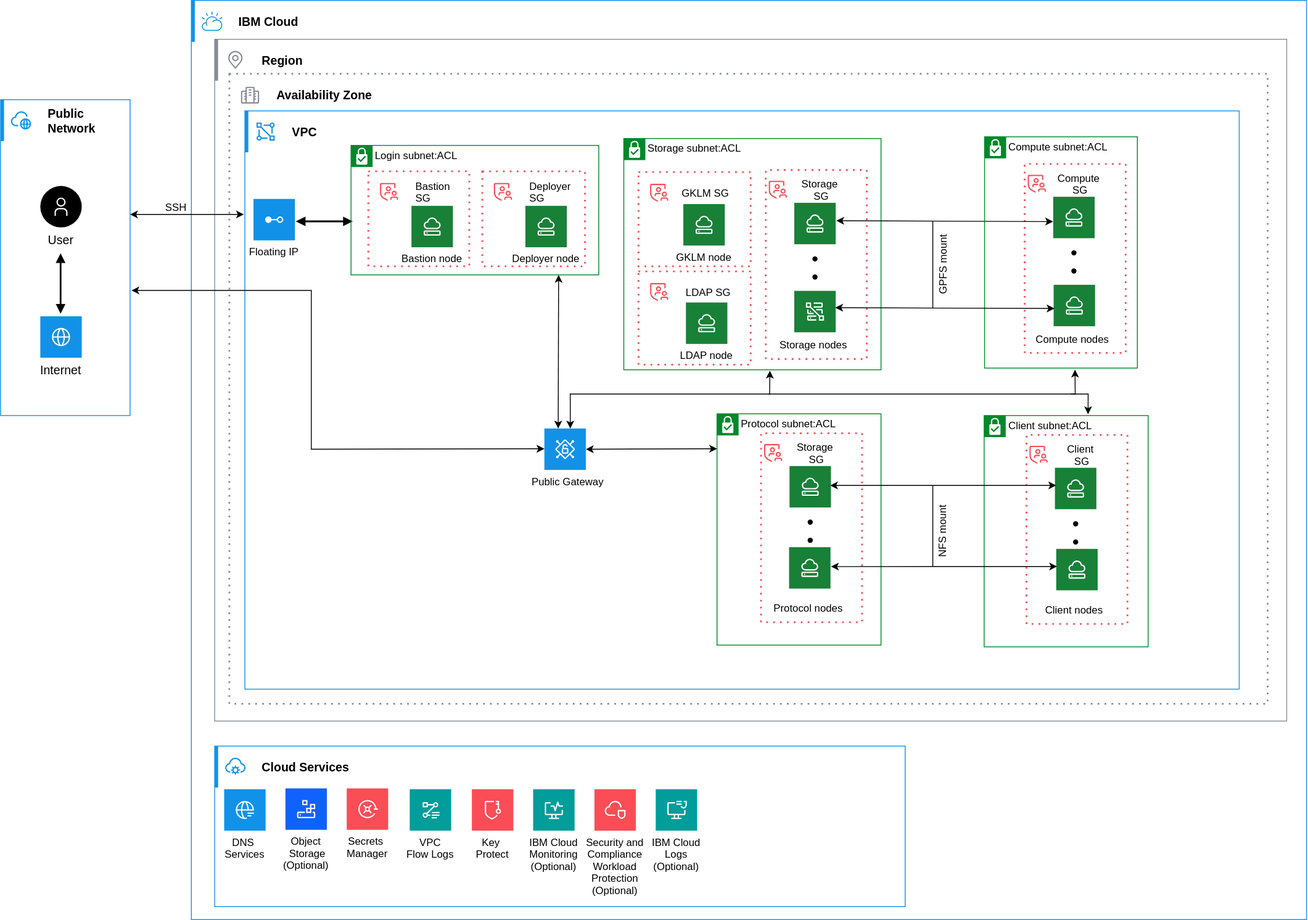
This is images/scale-arch-diagram-da.svg from ibm-cloud-docs/storage-scale-da, a draw.io export, as it was before one commit. Source tidied: cells renumbered, new cells last; positions are measured from the earlier drawing's top-left corner, leaving out a move shared by most shapes.
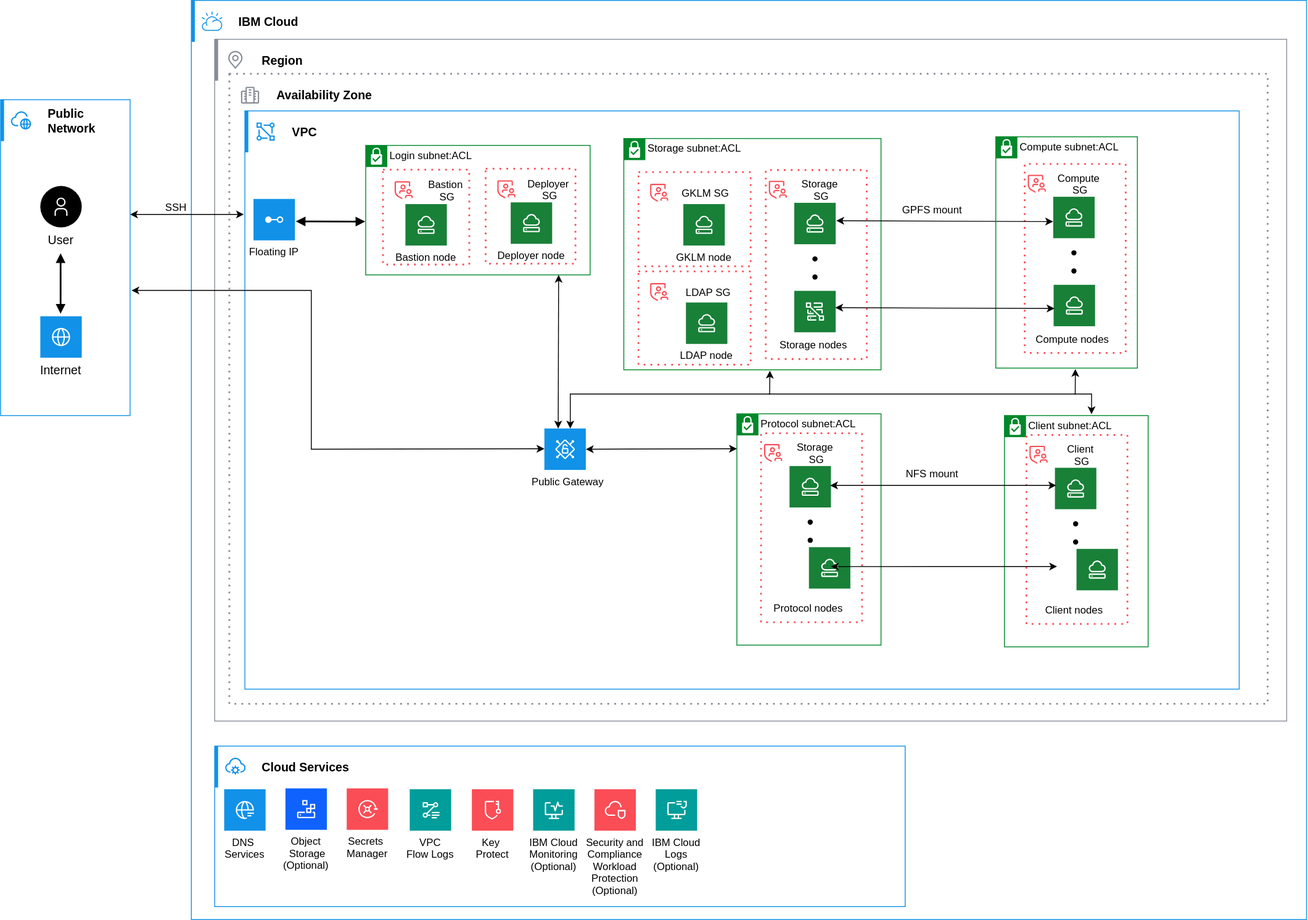
Above is the later version.

The edit, as a diff of the source:
```diff
@@ -44,6 +44,9 @@
     <mxCell id="13" style="html=1;whiteSpace=wrap;strokeColor=#1192E8;fillColor=none;strokeWidth=1;" parent="10" vertex="1">
       <mxGeometry x="18" y="43" width="1152" height="670" as="geometry" />
     </mxCell>
+    <mxCell id="64" value="Login subnet:ACL" style="shape=mxgraph.ibm.box;prType=subnet;fontStyle=0;verticalAlign=top;align=left;spacingLeft=32;spacingTop=4;fillColor=none;rounded=0;whiteSpace=wrap;html=1;strokeColor=#00882B;strokeWidth=1;dashed=0;spacing=-4;" parent="13" vertex="1">
+      <mxGeometry x="140" y="40" width="260" height="150" as="geometry" />
+    </mxCell>
     <mxCell id="14" value="Storage subnet:ACL" style="shape=mxgraph.ibm.box;prType=subnet;fontStyle=0;verticalAlign=top;align=left;spacingLeft=32;spacingTop=4;fillColor=none;rounded=0;whiteSpace=wrap;html=1;strokeColor=#00882B;strokeWidth=1;dashed=0;spacing=-4;" parent="13" vertex="1">
       <mxGeometry x="439" y="32" width="298" height="268" as="geometry" />
     </mxCell>
@@ -75,9 +78,9 @@
       </mxGeometry>
     </mxCell>
     <mxCell id="22" style="html=1;whiteSpace=wrap;strokeColor=#FA4D56;fillColor=none;dashed=1;dashPattern=1 3;strokeWidth=2;" parent="13" vertex="1">
-      <mxGeometry x="143" y="70" width="117" height="110" as="geometry" />
+      <mxGeometry x="160" y="68" width="100" height="110" as="geometry" />
     </mxCell>
-    <mxCell id="23" value="Bastion &#10;SG" style="shape=rect;fillColor=none;labelPosition=right;verticalLabelPosition=middle;align=left;verticalAlign=middle;strokeColor=none;spacingLeft=5;fontSize=12;" parent="22" vertex="1">
+    <mxCell id="23" value="Bastion &#10;SG" style="shape=rect;fillColor=none;labelPosition=right;verticalLabelPosition=middle;align=center;verticalAlign=middle;strokeColor=none;spacingLeft=5;fontSize=12;" parent="22" vertex="1">
       <mxGeometry width="48" height="48" relative="1" as="geometry" />
     </mxCell>
     <mxCell id="24" style="fillColor=#FA4D56;shape=mxgraph.ibm_cloud.group--security;strokeColor=none;dashed=0;html=1;labelPosition=center;verticalLabelPosition=bottom;verticalAlign=top;" parent="23" vertex="1">
@@ -86,7 +89,7 @@
       </mxGeometry>
     </mxCell>
     <mxCell id="25" value="Bastion node" style="shape=rect;fillColor=#198038;labelPosition=center;verticalLabelPosition=bottom;align=center;verticalAlign=top;strokeColor=none;fontSize=12;" parent="22" vertex="1">
-      <mxGeometry x="50" y="40" width="48" height="48" as="geometry" />
+      <mxGeometry x="26" y="40" width="48" height="48" as="geometry" />
     </mxCell>
     <mxCell id="26" style="fillColor=#ffffff;strokeColor=none;dashed=0;html=1;labelPosition=center;verticalLabelPosition=bottom;verticalAlign=top;shape=mxgraph.ibm_cloud.ibm-cloud--virtual-server-vpc;" parent="25" vertex="1">
       <mxGeometry width="24" height="24" relative="1" as="geometry">
@@ -94,9 +97,9 @@
       </mxGeometry>
     </mxCell>
     <mxCell id="27" style="html=1;whiteSpace=wrap;strokeColor=#FA4D56;fillColor=none;dashed=1;dashPattern=1 3;strokeWidth=2;" parent="13" vertex="1">
-      <mxGeometry x="275" y="70" width="119" height="110" as="geometry" />
+      <mxGeometry x="279" y="67" width="104" height="110" as="geometry" />
     </mxCell>
-    <mxCell id="28" value="Deployer &#10;SG" style="shape=rect;fillColor=none;labelPosition=right;verticalLabelPosition=middle;align=left;verticalAlign=middle;strokeColor=none;spacingLeft=5;fontSize=12;" parent="27" vertex="1">
+    <mxCell id="28" value="Deployer &#10;SG" style="shape=rect;fillColor=none;labelPosition=right;verticalLabelPosition=middle;align=center;verticalAlign=middle;strokeColor=none;spacingLeft=5;fontSize=12;" parent="27" vertex="1">
       <mxGeometry width="48" height="48" relative="1" as="geometry" />
     </mxCell>
     <mxCell id="29" style="fillColor=#FA4D56;shape=mxgraph.ibm_cloud.group--security;strokeColor=none;dashed=0;html=1;labelPosition=center;verticalLabelPosition=bottom;verticalAlign=top;" parent="28" vertex="1">
@@ -105,17 +108,16 @@
       </mxGeometry>
     </mxCell>
     <mxCell id="30" value="Deployer node" style="shape=rect;fillColor=#198038;labelPosition=center;verticalLabelPosition=bottom;align=center;verticalAlign=top;strokeColor=none;fontSize=12;" parent="27" vertex="1">
-      <mxGeometry x="50" y="40" width="48" height="48" as="geometry" />
+      <mxGeometry x="29" y="39" width="48" height="48" as="geometry" />
     </mxCell>
     <mxCell id="31" style="fillColor=#ffffff;strokeColor=none;dashed=0;html=1;labelPosition=center;verticalLabelPosition=bottom;verticalAlign=top;shape=mxgraph.ibm_cloud.ibm-cloud--virtual-server-vpc;" parent="30" vertex="1">
       <mxGeometry width="24" height="24" relative="1" as="geometry">
         <mxPoint x="12" y="12" as="offset" />
       </mxGeometry>
     </mxCell>
-    <mxCell id="32" style="html=1;labelBackgroundColor=#ffffff;jettySize=auto;orthogonalLoop=1;fontSize=14;rounded=0;jumpStyle=gap;edgeStyle=orthogonalEdgeStyle;startArrow=block;endArrow=block;strokeWidth=2;startFill=1;endFill=1;entryX=-0.033;entryY=0.7;entryDx=0;entryDy=0;entryPerimeter=0;" parent="13" edge="1">
+    <mxCell id="32" style="html=1;labelBackgroundColor=#ffffff;jettySize=auto;fontSize=14;rounded=0;jumpStyle=gap;edgeStyle=orthogonalEdgeStyle;startArrow=block;endArrow=block;strokeWidth=2;startFill=1;endFill=1;entryX=-0.002;entryY=0.588;entryDx=0;entryDy=0;entryPerimeter=0;" parent="13" edge="1" target="64">
       <mxGeometry relative="1" as="geometry">
         <mxPoint x="59" y="128" as="sourcePoint" />
-        <mxPoint x="125" y="128" as="targetPoint" />
       </mxGeometry>
     </mxCell>
     <mxCell id="33" style="html=1;whiteSpace=wrap;strokeColor=#FA4D56;fillColor=none;dashed=1;dashPattern=1 3;strokeWidth=2;rounded=0;" parent="13" vertex="1">
@@ -173,8 +175,8 @@
         <mxPoint x="12" y="12" as="offset" />
       </mxGeometry>
     </mxCell>
-    <mxCell id="48" value="NFS mount" style="text;html=1;align=center;verticalAlign=middle;whiteSpace=wrap;rounded=0;rotation=-90;" parent="13" vertex="1">
-      <mxGeometry x="769" y="474.5" width="79" height="25" as="geometry" />
+    <mxCell id="48" value="NFS mount" style="text;html=1;align=center;verticalAlign=middle;whiteSpace=wrap;rounded=0;rotation=0;" parent="13" vertex="1">
+      <mxGeometry x="757" y="408" width="79" height="25" as="geometry" />
     </mxCell>
     <mxCell id="49" style="html=1;whiteSpace=wrap;strokeColor=#FA4D56;fillColor=none;dashed=1;dashPattern=1 3;strokeWidth=2;" parent="13" vertex="1">
       <mxGeometry x="456" y="186" width="130" height="108" as="geometry" />
@@ -231,11 +233,8 @@
         <mxPoint x="12" y="12" as="offset" />
       </mxGeometry>
     </mxCell>
-    <mxCell id="64" value="Login subnet:ACL" style="shape=mxgraph.ibm.box;prType=subnet;fontStyle=0;verticalAlign=top;align=left;spacingLeft=32;spacingTop=4;fillColor=none;rounded=0;whiteSpace=wrap;html=1;strokeColor=#00882B;strokeWidth=1;dashed=0;spacing=-4;" parent="13" vertex="1">
-      <mxGeometry x="123" y="40" width="287" height="150" as="geometry" />
-    </mxCell>
     <mxCell id="65" value="Client subnet:ACL" style="shape=mxgraph.ibm.box;prType=subnet;fontStyle=0;verticalAlign=top;align=left;spacingLeft=32;spacingTop=4;fillColor=none;rounded=0;whiteSpace=wrap;html=1;strokeColor=#00882B;strokeWidth=1;dashed=0;spacing=-4;" parent="13" vertex="1">
-      <mxGeometry x="856.5" y="353" width="190" height="268" as="geometry" />
+      <mxGeometry x="880" y="353" width="166.5" height="268" as="geometry" />
     </mxCell>
     <mxCell id="66" style="shape=rect;fillColor=#198038;labelPosition=center;verticalLabelPosition=bottom;align=center;verticalAlign=top;strokeColor=none;fontSize=12;rotation=0;" parent="65" vertex="1">
       <mxGeometry x="83.5" y="154.5" width="48" height="48" as="geometry" />
@@ -274,7 +273,7 @@
       </mxGeometry>
     </mxCell>
     <mxCell id="76" value="Protocol subnet:ACL" style="shape=mxgraph.ibm.box;prType=subnet;fontStyle=0;verticalAlign=top;align=left;spacingLeft=32;spacingTop=4;fillColor=none;rounded=0;whiteSpace=wrap;html=1;strokeColor=#00882B;strokeWidth=1;dashed=0;spacing=-4;" parent="13" vertex="1">
-      <mxGeometry x="547" y="351" width="190" height="268" as="geometry" />
+      <mxGeometry x="570" y="351" width="167" height="268" as="geometry" />
     </mxCell>
     <mxCell id="77" style="shape=rect;fillColor=#198038;labelPosition=center;verticalLabelPosition=bottom;align=center;verticalAlign=top;strokeColor=none;fontSize=12;rotation=0;" parent="76" vertex="1">
       <mxGeometry x="83.5" y="154.5" width="48" height="48" as="geometry" />
@@ -316,32 +315,17 @@
       <mxGeometry relative="1" as="geometry" />
     </mxCell>
     <mxCell id="88" value="Compute subnet:ACL" style="shape=mxgraph.ibm.box;prType=subnet;fontStyle=0;verticalAlign=top;align=left;spacingLeft=32;spacingTop=4;fillColor=none;rounded=0;whiteSpace=wrap;html=1;strokeColor=#00882B;strokeWidth=1;dashed=0;spacing=-4;" parent="13" vertex="1">
-      <mxGeometry x="857" y="30" width="177" height="268" as="geometry" />
+      <mxGeometry x="870" y="30" width="164" height="268" as="geometry" />
     </mxCell>
-    <mxCell id="89" value="GPFS mount" style="text;html=1;align=center;verticalAlign=middle;whiteSpace=wrap;rounded=0;rotation=-90;" parent="88" vertex="1">
-      <mxGeometry x="-87" y="135.5" width="79" height="25" as="geometry" />
-    </mxCell>
     <mxCell id="90" style="endArrow=classic;html=1;rounded=0;entryX=0.56;entryY=-0.006;entryDx=0;entryDy=0;entryPerimeter=0;" parent="88" edge="1">
       <mxGeometry relative="1" as="geometry">
-        <mxPoint x="100" y="298" as="sourcePoint" />
-        <mxPoint x="119.9" y="321.4" as="targetPoint" />
+        <mxPoint x="91" y="298" as="sourcePoint" />
+        <mxPoint x="110.9" y="321.4" as="targetPoint" />
         <Array as="points">
-          <mxPoint x="120" y="298" />
+          <mxPoint x="111" y="298" />
         </Array>
       </mxGeometry>
     </mxCell>
-    <mxCell id="91" style="endArrow=none;html=1;rounded=0;" parent="13" edge="1">
-      <mxGeometry relative="1" as="geometry">
-        <mxPoint x="797" y="228" as="sourcePoint" />
-        <mxPoint x="797" y="128" as="targetPoint" />
-      </mxGeometry>
-    </mxCell>
-    <mxCell id="92" style="endArrow=none;html=1;rounded=0;" parent="13" edge="1">
-      <mxGeometry relative="1" as="geometry">
-        <mxPoint x="797" y="528" as="sourcePoint" />
-        <mxPoint x="797" y="434" as="targetPoint" />
-      </mxGeometry>
-    </mxCell>
     <mxCell id="93" style="endArrow=classic;startArrow=classic;html=1;rounded=0;exitX=0.25;exitY=0;exitDx=0;exitDy=0;" parent="13" edge="1">
       <mxGeometry relative="1" as="geometry">
         <mxPoint x="363" y="368" as="sourcePoint" />
@@ -371,6 +355,9 @@
         </Array>
       </mxGeometry>
     </mxCell>
+    <mxCell id="89" value="GPFS mount" style="text;html=1;align=center;verticalAlign=middle;whiteSpace=wrap;rounded=0;rotation=0;" parent="13" vertex="1">
+      <mxGeometry x="757" y="102" width="79" height="25" as="geometry" />
+    </mxCell>
     <mxCell id="97" style="html=1;whiteSpace=wrap;strokeColor=#1192E8;fillColor=none;strokeWidth=1;" parent="2" vertex="1">
       <mxGeometry x="27" y="864" width="800" height="186" as="geometry" />
     </mxCell>
@@ -510,7 +497,7 @@
         <mxPoint x="1223" y="561.9" as="targetPoint" />
       </mxGeometry>
     </mxCell>
-    <mxCell id="130" style="endArrow=classic;html=1;rounded=0;entryX=0.592;entryY=1.007;entryDx=0;entryDy=0;entryPerimeter=0;" parent="1" edge="1" target="88">
+    <mxCell id="130" style="endArrow=classic;html=1;rounded=0;entryX=0.562;entryY=1.004;entryDx=0;entryDy=0;entryPerimeter=0;" parent="1" edge="1" target="88">
       <mxGeometry relative="1" as="geometry">
         <mxPoint x="890" y="456" as="sourcePoint" />
         <Array as="points">
```
